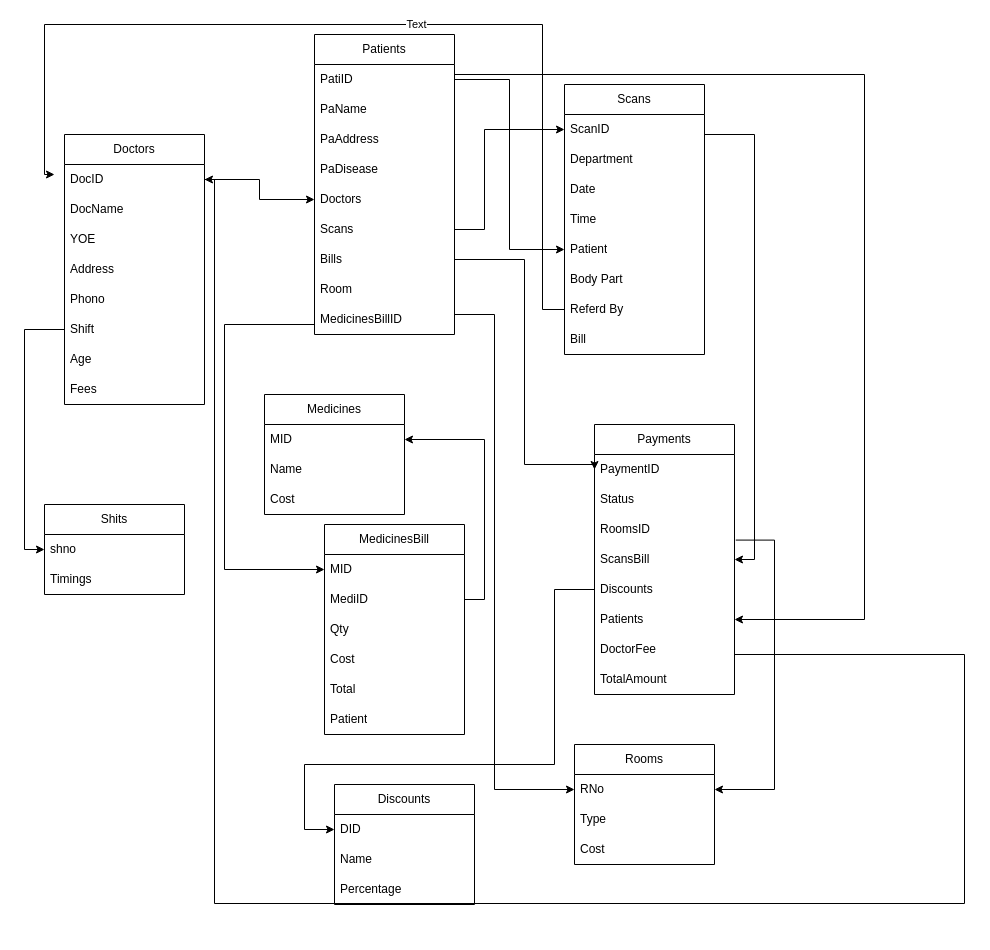
BDivya251/Test1 keeps this draw.io diagram as Untitled Diagram.drawio. Above is the earlier version. Source tidied: cells renumbered, new cells numbered last; positions are measured from the earlier drawing's top-left corner, leaving out a move shared by most shapes. Both pictures are drawn from the tidied source at 100%, with x=0, y=0 at pixel (44, 24).
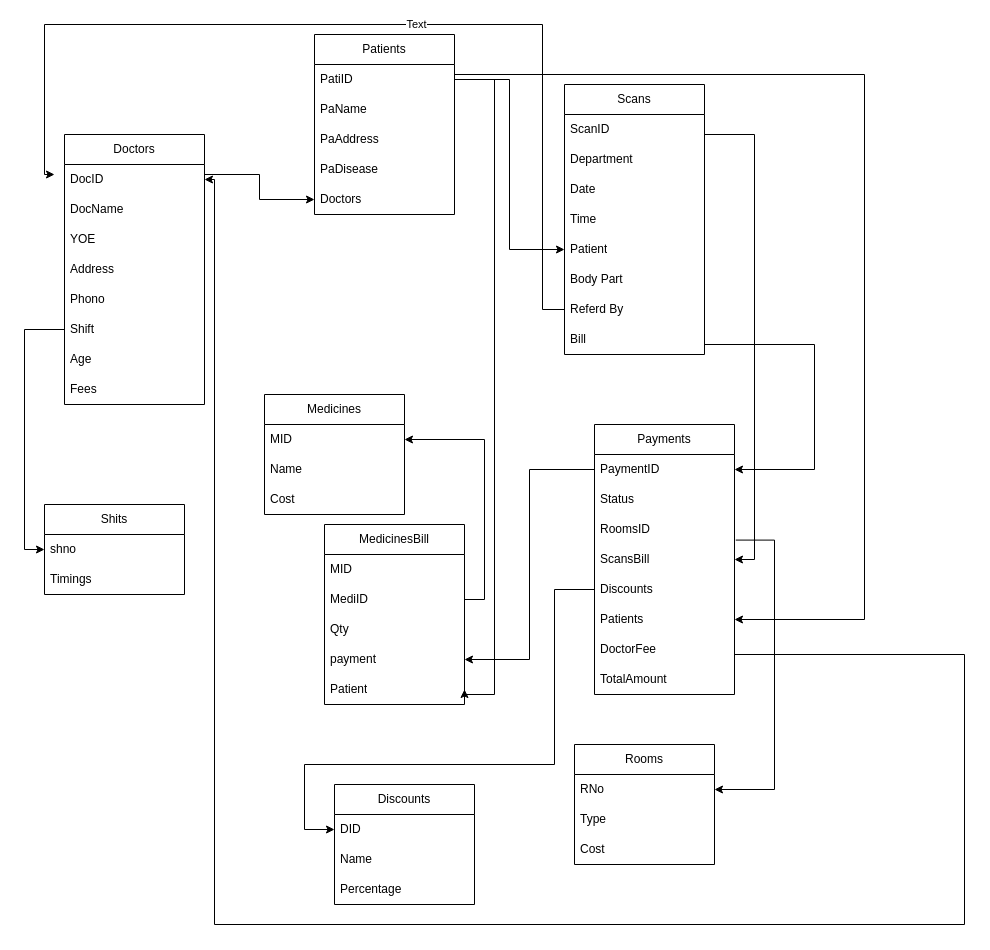
After the change.

Unchanged cells that the change refers to:
```xml
<mxCell id="3" value="DocID" style="text;strokeColor=none;fillColor=none;align=left;verticalAlign=middle;spacingLeft=4;spacingRight=4;overflow=hidden;points=[[0,0.5],[1,0.5]];portConstraint=eastwest;whiteSpace=wrap;html=1;" parent="2" vertex="1">
  <mxGeometry y="30" width="140" height="30" as="geometry" />
</mxCell>
<mxCell id="12" value="PatiID" style="text;strokeColor=none;fillColor=none;align=left;verticalAlign=middle;spacingLeft=4;spacingRight=4;overflow=hidden;points=[[0,0.5],[1,0.5]];portConstraint=eastwest;whiteSpace=wrap;html=1;" parent="11" vertex="1">
  <mxGeometry y="30" width="140" height="30" as="geometry" />
</mxCell>
<mxCell id="16" value="Doctors" style="text;strokeColor=none;fillColor=none;align=left;verticalAlign=middle;spacingLeft=4;spacingRight=4;overflow=hidden;points=[[0,0.5],[1,0.5]];portConstraint=eastwest;whiteSpace=wrap;html=1;" parent="11" vertex="1">
  <mxGeometry y="150" width="140" height="30" as="geometry" />
</mxCell>
<mxCell id="22" value="ScanID" style="text;strokeColor=none;fillColor=none;align=left;verticalAlign=middle;spacingLeft=4;spacingRight=4;overflow=hidden;points=[[0,0.5],[1,0.5]];portConstraint=eastwest;whiteSpace=wrap;html=1;" parent="21" vertex="1">
  <mxGeometry y="30" width="140" height="30" as="geometry" />
</mxCell>
<mxCell id="31" value="PaymentID" style="text;strokeColor=none;fillColor=none;align=left;verticalAlign=middle;spacingLeft=4;spacingRight=4;overflow=hidden;points=[[0,0.5],[1,0.5]];portConstraint=eastwest;whiteSpace=wrap;html=1;" parent="30" vertex="1">
  <mxGeometry y="30" width="140" height="30" as="geometry" />
</mxCell>
<mxCell id="37" value="DoctorFee" style="text;strokeColor=none;fillColor=none;align=left;verticalAlign=middle;spacingLeft=4;spacingRight=4;overflow=hidden;points=[[0,0.5],[1,0.5]];portConstraint=eastwest;whiteSpace=wrap;html=1;" parent="30" vertex="1">
  <mxGeometry y="210" width="140" height="30" as="geometry" />
</mxCell>
<mxCell id="44" value="MID" style="text;strokeColor=none;fillColor=none;align=left;verticalAlign=middle;spacingLeft=4;spacingRight=4;overflow=hidden;points=[[0,0.5],[1,0.5]];portConstraint=eastwest;whiteSpace=wrap;html=1;" parent="43" vertex="1">
  <mxGeometry y="30" width="140" height="30" as="geometry" />
</mxCell>
<mxCell id="55" value="RNo" style="text;strokeColor=none;fillColor=none;align=left;verticalAlign=middle;spacingLeft=4;spacingRight=4;overflow=hidden;points=[[0,0.5],[1,0.5]];portConstraint=eastwest;whiteSpace=wrap;html=1;" parent="54" vertex="1">
  <mxGeometry y="30" width="140" height="30" as="geometry" />
</mxCell>
```

The edit, as a diff of the source:
```diff
@@
     <mxCell id="11" value="Patients" style="swimlane;fontStyle=0;horizontal=1;startSize=30;whiteSpace=wrap;html=1;" parent="1" vertex="1">
-      <mxGeometry x="270" y="10" width="140" height="300" as="geometry" />
+      <mxGeometry x="270" y="10" width="140" height="180" as="geometry" />
     </mxCell>
@@
-    <mxCell id="17" value="Scans" style="text;strokeColor=none;fillColor=none;align=left;verticalAlign=middle;spacingLeft=4;spacingRight=4;overflow=hidden;points=[[0,0.5],[1,0.5]];portConstraint=eastwest;whiteSpace=wrap;html=1;" parent="11" vertex="1">
-      <mxGeometry y="180" width="140" height="30" as="geometry" />
-    </mxCell>
-    <mxCell id="18" value="Bills" style="text;strokeColor=none;fillColor=none;align=left;verticalAlign=middle;spacingLeft=4;spacingRight=4;overflow=hidden;points=[[0,0.5],[1,0.5]];portConstraint=eastwest;whiteSpace=wrap;html=1;" parent="11" vertex="1">
-      <mxGeometry y="210" width="140" height="30" as="geometry" />
-    </mxCell>
-    <mxCell id="19" value="Room" style="text;strokeColor=none;fillColor=none;align=left;verticalAlign=middle;spacingLeft=4;spacingRight=4;overflow=hidden;whiteSpace=wrap;html=1;" parent="11" vertex="1">
-      <mxGeometry y="240" width="140" height="30" as="geometry" />
-    </mxCell>
-    <mxCell id="20" value="MedicinesBillID" style="text;strokeColor=none;fillColor=none;align=left;verticalAlign=middle;spacingLeft=4;spacingRight=4;overflow=hidden;points=[[0,0.5],[1,0.5]];portConstraint=eastwest;whiteSpace=wrap;html=1;" parent="11" vertex="1">
-      <mxGeometry y="270" width="140" height="30" as="geometry" />
-    </mxCell>
@@
     <mxCell id="43" value="MedicinesBill" style="swimlane;fontStyle=0;horizontal=1;startSize=30;whiteSpace=wrap;html=1;" parent="1" vertex="1">
-      <mxGeometry x="280" y="500" width="140" height="210" as="geometry" />
+      <mxGeometry x="280" y="500" width="140" height="180" as="geometry" />
     </mxCell>
@@
-    <mxCell id="47" value="Cost" style="text;strokeColor=none;fillColor=none;align=left;verticalAlign=middle;spacingLeft=4;spacingRight=4;overflow=hidden;whiteSpace=wrap;html=1;" parent="43" vertex="1">
-      <mxGeometry y="120" width="140" height="30" as="geometry" />
-    </mxCell>
-    <mxCell id="48" value="Total" style="text;strokeColor=none;fillColor=none;align=left;verticalAlign=middle;spacingLeft=4;spacingRight=4;overflow=hidden;points=[[0,0.5],[1,0.5]];portConstraint=eastwest;whiteSpace=wrap;html=1;" parent="43" vertex="1">
-      <mxGeometry y="150" width="140" height="30" as="geometry" />
+    <mxCell id="48" value="payment" style="text;strokeColor=none;fillColor=none;align=left;verticalAlign=middle;spacingLeft=4;spacingRight=4;overflow=hidden;points=[[0,0.5],[1,0.5]];portConstraint=eastwest;whiteSpace=wrap;html=1;" parent="43" vertex="1">
+      <mxGeometry y="120" width="140" height="30" as="geometry" />
     </mxCell>
     <mxCell id="49" value="Patient" style="text;strokeColor=none;fillColor=none;align=left;verticalAlign=middle;spacingLeft=4;spacingRight=4;overflow=hidden;points=[[0,0.5],[1,0.5]];portConstraint=eastwest;whiteSpace=wrap;html=1;" parent="43" vertex="1">
-      <mxGeometry y="180" width="140" height="30" as="geometry" />
+      <mxGeometry y="150" width="140" height="30" as="geometry" />
     </mxCell>
@@
     <mxCell id="61" style="edgeStyle=orthogonalEdgeStyle;rounded=0;jettySize=auto;html=1;exitX=1;exitY=0.5;exitDx=0;exitDy=0;entryX=0;entryY=0.5;entryDx=0;entryDy=0;" parent="1" edge="1" source="3" target="16">
-      <mxGeometry relative="1" as="geometry" />
+      <mxGeometry relative="1" as="geometry">
+        <Array as="points">
+          <mxPoint x="160" y="150" />
+          <mxPoint x="215" y="150" />
+          <mxPoint x="215" y="175" />
+        </Array>
+      </mxGeometry>
     </mxCell>
-    <mxCell id="62" style="edgeStyle=orthogonalEdgeStyle;rounded=0;jettySize=auto;html=1;exitX=1;exitY=0.5;exitDx=0;exitDy=0;entryX=0;entryY=0.5;entryDx=0;entryDy=0;" parent="1" edge="1" source="18" target="31">
-      <mxGeometry relative="1" as="geometry">
-        <Array as="points">
-          <mxPoint x="480" y="235" />
-          <mxPoint x="480" y="440" />
-          <mxPoint x="550" y="440" />
-        </Array>
-      </mxGeometry>
-    </mxCell>
-    <mxCell id="63" style="edgeStyle=orthogonalEdgeStyle;rounded=0;jettySize=auto;html=1;entryX=0;entryY=0.5;entryDx=0;entryDy=0;" parent="1" edge="1" target="55">
-      <mxGeometry relative="1" as="geometry">
-        <mxPoint x="410" y="290" as="sourcePoint" />
-        <Array as="points">
-          <mxPoint x="450" y="290" />
-          <mxPoint x="450" y="765" />
-        </Array>
-      </mxGeometry>
-    </mxCell>
-    <mxCell id="64" style="edgeStyle=orthogonalEdgeStyle;rounded=0;jettySize=auto;html=1;entryX=0;entryY=0.5;entryDx=0;entryDy=0;exitX=1;exitY=0.5;exitDx=0;exitDy=0;" parent="1" edge="1" source="17" target="22">
-      <mxGeometry relative="1" as="geometry">
-        <Array as="points">
-          <mxPoint x="440" y="205" />
-          <mxPoint x="440" y="105" />
-        </Array>
-      </mxGeometry>
-    </mxCell>
@@
-    <mxCell id="72" style="edgeStyle=orthogonalEdgeStyle;rounded=0;jettySize=auto;html=1;exitX=0;exitY=0.5;exitDx=0;exitDy=0;entryX=0;entryY=0.5;entryDx=0;entryDy=0;" parent="1" edge="1" source="20" target="44">
-      <mxGeometry relative="1" as="geometry">
-        <Array as="points">
-          <mxPoint x="270" y="300" />
-          <mxPoint x="180" y="300" />
-          <mxPoint x="180" y="545" />
-        </Array>
-      </mxGeometry>
-    </mxCell>
@@
     <mxCell id="75" style="edgeStyle=orthogonalEdgeStyle;rounded=0;jettySize=auto;html=1;exitX=1;exitY=0.5;exitDx=0;exitDy=0;entryX=1;entryY=0.5;entryDx=0;entryDy=0;" parent="1" edge="1" source="37" target="3">
       <mxGeometry relative="1" as="geometry">
         <Array as="points">
           <mxPoint x="690" y="630" />
           <mxPoint x="920" y="630" />
-          <mxPoint x="920" y="879" />
-          <mxPoint x="170" y="879" />
+          <mxPoint x="920" y="900" />
+          <mxPoint x="170" y="900" />
           <mxPoint x="170" y="155" />
         </Array>
       </mxGeometry>
     </mxCell>
+    <mxCell id="76" style="edgeStyle=orthogonalEdgeStyle;rounded=0;jettySize=auto;html=1;entryX=1;entryY=0.5;entryDx=0;entryDy=0;" parent="1" edge="1" target="31">
+      <mxGeometry relative="1" as="geometry">
+        <mxPoint x="660" y="320" as="sourcePoint" />
+        <Array as="points">
+          <mxPoint x="770" y="320" />
+          <mxPoint x="770" y="445" />
+        </Array>
+      </mxGeometry>
+    </mxCell>
+    <mxCell id="77" style="edgeStyle=orthogonalEdgeStyle;rounded=0;jettySize=auto;html=1;entryX=1;entryY=0.5;entryDx=0;entryDy=0;exitX=1;exitY=0.5;exitDx=0;exitDy=0;" parent="1" edge="1" source="12" target="49">
+      <mxGeometry relative="1" as="geometry">
+        <Array as="points">
+          <mxPoint x="450" y="55" />
+          <mxPoint x="450" y="670" />
+          <mxPoint x="420" y="670" />
+        </Array>
+      </mxGeometry>
+    </mxCell>
+    <mxCell id="78" style="edgeStyle=orthogonalEdgeStyle;rounded=0;jettySize=auto;html=1;exitX=0;exitY=0.5;exitDx=0;exitDy=0;entryX=1;entryY=0.5;entryDx=0;entryDy=0;" parent="1" edge="1" source="31" target="48">
+      <mxGeometry relative="1" as="geometry" />
+    </mxCell>
```
